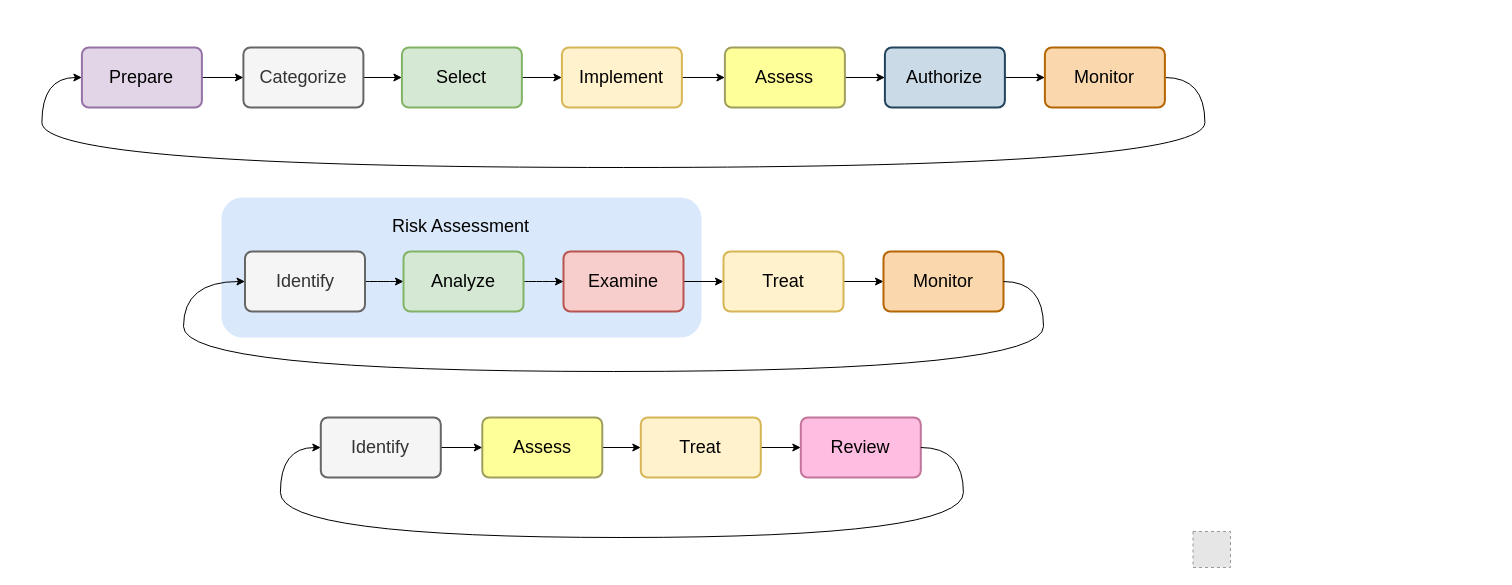
qeeqbox/risk-management keeps this draw.io diagram as risk-management.drawio. Above is the earlier version. Source tidied: cells renumbered, new cells numbered last; positions are measured from the earlier drawing's top-left corner, leaving out a move shared by most shapes. Both pictures are drawn from the tidied source at 100%, with x=0, y=0 at pixel (16, 17). Pictures stored in the file or linked from it are replaced by grey dashed boxes.
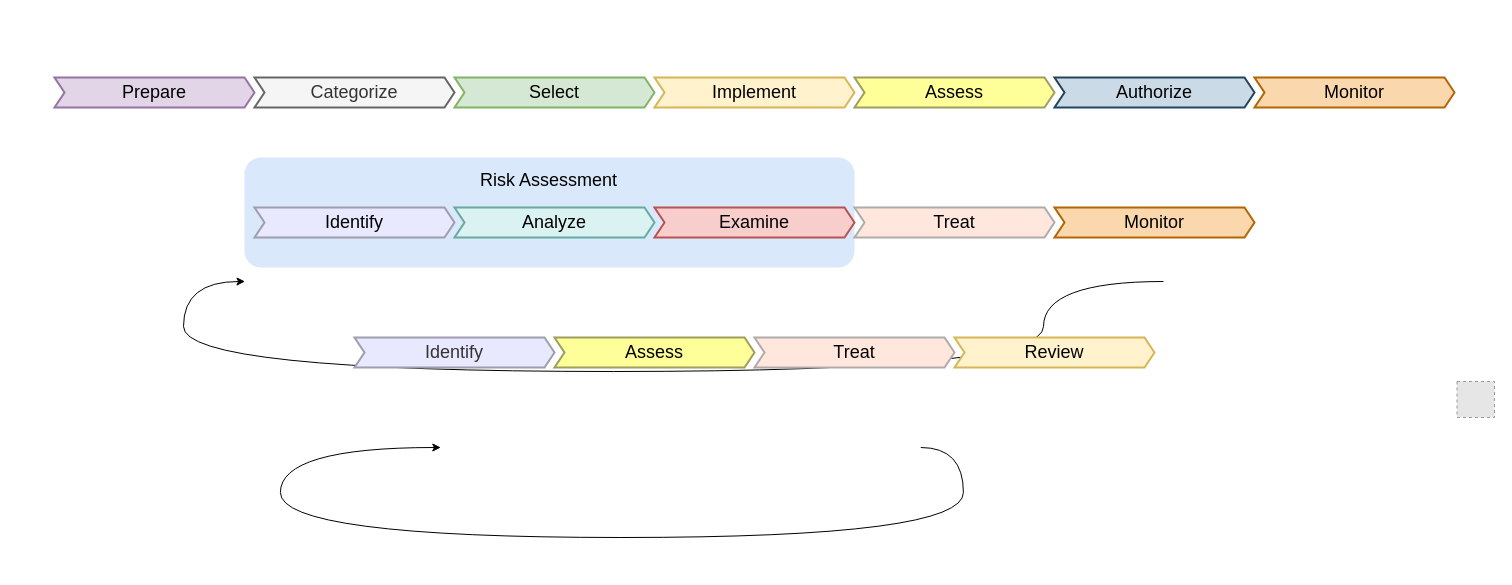
After the change.

Diff of the diagram source:
```diff
@@
     <mxCell id="2" style="rounded=0;whiteSpace=wrap;html=1;fontSize=16;fillColor=#FFFFFF;strokeColor=none;" parent="1" vertex="1">
-      <mxGeometry x="0.5" width="1213.5" height="550" as="geometry" />
+      <mxGeometry x="0.5" y="10" width="1477.5" height="390" as="geometry" />
     </mxCell>
+    <mxCell id="38" style="group;" parent="1" vertex="1">
+      <mxGeometry x="228" y="140" width="610" height="110" as="geometry" />
+    </mxCell>
+    <mxCell id="23" style="rounded=1;whiteSpace=wrap;html=1;fillColor=#dae8fc;strokeColor=none;" parent="38" vertex="1">
+      <mxGeometry width="610" height="110" as="geometry" />
+    </mxCell>
+    <mxCell id="32" value="&lt;font style=&quot;font-size: 18px;&quot;&gt;&lt;span lang=&quot;en&quot; class=&quot;ILfuVd&quot;&gt;Risk Assessment&lt;/span&gt;&amp;nbsp;&lt;/font&gt;" style="text;html=1;strokeColor=none;fillColor=none;align=center;verticalAlign=middle;whiteSpace=wrap;rounded=1;" parent="38" vertex="1">
+      <mxGeometry x="208.4" y="11" width="198.2" height="23.6" as="geometry" />
+    </mxCell>
     <mxCell id="3" style="fillColor=#E6E6E6;strokeColor=#999999;dashed=1;verticalLabelPosition=bottom;labelBackgroundColor=default;verticalAlign=top;" parent="1" vertex="1">
-      <mxGeometry x="1176.5" y="514" width="37.5" height="36" as="geometry" />
+      <mxGeometry x="1440.5" y="364" width="37.5" height="36" as="geometry" />
     </mxCell>
-    <mxCell id="4" style="edgeStyle=orthogonalEdgeStyle;rounded=0;jettySize=auto;html=1;exitX=1;exitY=0.5;exitDx=0;exitDy=0;fontSize=18;entryX=0;entryY=0.5;entryDx=0;entryDy=0;" parent="1" edge="1" source="5" target="7">
-      <mxGeometry relative="1" as="geometry" />
-    </mxCell>
+    <mxCell id="20" style="edgeStyle=orthogonalEdgeStyle;orthogonalLoop=1;jettySize=auto;html=1;exitX=1;exitY=0.5;exitDx=0;exitDy=0;fontSize=18;entryX=0;entryY=0.5;entryDx=0;entryDy=0;strokeColor=default;curved=1;" parent="1" edge="1">
+      <mxGeometry relative="1" as="geometry">
+        <mxPoint x="904.3" y="430" as="sourcePoint" />
+        <mxPoint x="424.3" y="430" as="targetPoint" />
+        <Array as="points">
+          <mxPoint x="946.9" y="430" />
+          <mxPoint x="946.9" y="520" />
+          <mxPoint x="263.9" y="520" />
+          <mxPoint x="263.9" y="430" />
+        </Array>
+      </mxGeometry>
+    </mxCell>
+    <mxCell id="31" style="edgeStyle=orthogonalEdgeStyle;orthogonalLoop=1;jettySize=auto;html=1;exitX=1;exitY=0.5;exitDx=0;exitDy=0;fontSize=18;entryX=0;entryY=0.5;entryDx=0;entryDy=0;strokeColor=default;curved=1;" parent="1" edge="1">
+      <mxGeometry relative="1" as="geometry">
+        <mxPoint x="1147" y="264" as="sourcePoint" />
+        <mxPoint x="228.5" y="264" as="targetPoint" />
+        <Array as="points">
+          <mxPoint x="1027" y="264" />
+          <mxPoint x="1027" y="354" />
+          <mxPoint x="167" y="354" />
+          <mxPoint x="167" y="264" />
+        </Array>
+      </mxGeometry>
+    </mxCell>
+    <mxCell id="14" value="&lt;span style=&quot;&quot;&gt;Prepare&lt;/span&gt;" style="shape=step;perimeter=stepPerimeter;whiteSpace=wrap;html=1;fixedSize=1;size=10;fillColor=#e1d5e7;strokeColor=#9673a6;fontSize=18;fontColor=default;fontStyle=0;align=center;rounded=0;arcSize=14;strokeWidth=2;" parent="1" vertex="1">
+      <mxGeometry x="38" y="60" width="200" height="30" as="geometry" />
+    </mxCell>
-    <mxCell id="5" value="Categorize" style="rounded=1;whiteSpace=wrap;html=1;absoluteArcSize=1;arcSize=14;strokeWidth=2;fillColor=#f5f5f5;strokeColor=#666666;fontSize=18;fontColor=#333333;" parent="1" vertex="1">
-      <mxGeometry x="226.9" y="30" width="120" height="60" as="geometry" />
+    <mxCell id="5" value="&lt;span style=&quot;&quot;&gt;Categorize&lt;/span&gt;" style="shape=step;perimeter=stepPerimeter;whiteSpace=wrap;html=1;fixedSize=1;size=10;fillColor=#f5f5f5;strokeColor=#666666;fontSize=18;fontColor=#333333;fontStyle=0;align=center;rounded=0;arcSize=14;strokeWidth=2;" parent="1" vertex="1">
+      <mxGeometry x="238" y="60" width="200" height="30" as="geometry" />
     </mxCell>
-    <mxCell id="6" style="edgeStyle=orthogonalEdgeStyle;rounded=0;jettySize=auto;html=1;exitX=1;exitY=0.5;exitDx=0;exitDy=0;entryX=0;entryY=0.5;entryDx=0;entryDy=0;fontSize=18;" parent="1" edge="1" source="7" target="9">
-      <mxGeometry relative="1" as="geometry" />
-    </mxCell>
-    <mxCell id="7" value="Select" style="rounded=1;whiteSpace=wrap;html=1;absoluteArcSize=1;arcSize=14;strokeWidth=2;fillColor=#d5e8d4;strokeColor=#82b366;fontSize=18;" parent="1" vertex="1">
-      <mxGeometry x="385.4" y="30" width="120" height="60" as="geometry" />
+    <mxCell id="7" value="&lt;span style=&quot;&quot;&gt;Select&lt;/span&gt;" style="shape=step;perimeter=stepPerimeter;whiteSpace=wrap;html=1;fixedSize=1;size=10;fillColor=#d5e8d4;strokeColor=#82b366;fontSize=18;fontColor=default;fontStyle=0;align=center;rounded=0;arcSize=14;strokeWidth=2;" parent="1" vertex="1">
+      <mxGeometry x="438" y="60" width="200" height="30" as="geometry" />
     </mxCell>
-    <mxCell id="8" style="edgeStyle=orthogonalEdgeStyle;rounded=0;jettySize=auto;html=1;exitX=1;exitY=0.5;exitDx=0;exitDy=0;entryX=0;entryY=0.5;entryDx=0;entryDy=0;" parent="1" edge="1" source="9" target="37">
-      <mxGeometry relative="1" as="geometry" />
-    </mxCell>
-    <mxCell id="9" value="Implement" style="rounded=1;whiteSpace=wrap;html=1;absoluteArcSize=1;arcSize=14;strokeWidth=2;fillColor=#fff2cc;strokeColor=#d6b656;fontSize=18;" parent="1" vertex="1">
-      <mxGeometry x="545.4" y="30" width="120" height="60" as="geometry" />
+    <mxCell id="9" value="&lt;span style=&quot;&quot;&gt;Implement&lt;/span&gt;" style="shape=step;perimeter=stepPerimeter;whiteSpace=wrap;html=1;fixedSize=1;size=10;fillColor=#fff2cc;strokeColor=#d6b656;fontSize=18;fontColor=default;fontStyle=0;align=center;rounded=0;arcSize=14;strokeWidth=2;" parent="1" vertex="1">
+      <mxGeometry x="638" y="60" width="200" height="30" as="geometry" />
     </mxCell>
-    <mxCell id="10" style="edgeStyle=orthogonalEdgeStyle;rounded=0;jettySize=auto;html=1;exitX=1;exitY=0.5;exitDx=0;exitDy=0;entryX=0;entryY=0.5;entryDx=0;entryDy=0;" parent="1" edge="1" source="11" target="35">
-      <mxGeometry relative="1" as="geometry" />
-    </mxCell>
+    <mxCell id="39" value="&lt;span style=&quot;&quot;&gt;Assess&lt;/span&gt;" style="shape=step;perimeter=stepPerimeter;whiteSpace=wrap;html=1;fixedSize=1;size=10;fillColor=#FFFF99;strokeColor=#9E9E5F;fontSize=18;fontColor=default;fontStyle=0;align=center;rounded=0;arcSize=14;strokeWidth=2;" parent="1" vertex="1">
+      <mxGeometry x="838" y="60" width="200" height="30" as="geometry" />
+    </mxCell>
-    <mxCell id="11" value="Authorize" style="rounded=1;whiteSpace=wrap;html=1;absoluteArcSize=1;arcSize=14;strokeWidth=2;fillColor=#CADAE6;strokeColor=#23445d;fontSize=18;" parent="1" vertex="1">
-      <mxGeometry x="868.4" y="30" width="120" height="60" as="geometry" />
+    <mxCell id="11" value="&lt;span style=&quot;&quot;&gt;Authorize&lt;/span&gt;" style="shape=step;perimeter=stepPerimeter;whiteSpace=wrap;html=1;fixedSize=1;size=10;fillColor=#CADAE6;strokeColor=#23445d;fontSize=18;fontColor=default;fontStyle=0;align=center;rounded=0;arcSize=14;strokeWidth=2;" parent="1" vertex="1">
+      <mxGeometry x="1038" y="60" width="200" height="30" as="geometry" />
     </mxCell>
-    <mxCell id="12" style="edgeStyle=orthogonalEdgeStyle;jettySize=auto;html=1;exitX=1;exitY=0.5;exitDx=0;exitDy=0;fontSize=18;entryX=0;entryY=0.5;entryDx=0;entryDy=0;strokeColor=default;curved=1;" parent="1" edge="1" source="35" target="14">
-      <mxGeometry relative="1" as="geometry">
-        <Array as="points">
-          <mxPoint x="1188.4" y="60" />
-          <mxPoint x="1188.4" y="150" />
-          <mxPoint x="25.4" y="150" />
-          <mxPoint x="25.4" y="60" />
-        </Array>
-      </mxGeometry>
-    </mxCell>
-    <mxCell id="13" style="edgeStyle=orthogonalEdgeStyle;rounded=0;jettySize=auto;html=1;exitX=1;exitY=0.5;exitDx=0;exitDy=0;entryX=0;entryY=0.5;entryDx=0;entryDy=0;fontSize=18;strokeColor=default;" parent="1" edge="1" source="14" target="5">
-      <mxGeometry relative="1" as="geometry" />
-    </mxCell>
-    <mxCell id="14" value="Prepare" style="rounded=1;whiteSpace=wrap;html=1;absoluteArcSize=1;arcSize=14;strokeWidth=2;fillColor=#e1d5e7;strokeColor=#9673a6;fontSize=18;" parent="1" vertex="1">
-      <mxGeometry x="65.4" y="30" width="120" height="60" as="geometry" />
-    </mxCell>
-    <mxCell id="15" style="edgeStyle=orthogonalEdgeStyle;rounded=0;jettySize=auto;html=1;exitX=1;exitY=0.5;exitDx=0;exitDy=0;fontSize=18;entryX=0;entryY=0.5;entryDx=0;entryDy=0;" parent="1" edge="1" source="16" target="18">
-      <mxGeometry relative="1" as="geometry" />
-    </mxCell>
-    <mxCell id="16" value="Assess" style="rounded=1;whiteSpace=wrap;html=1;absoluteArcSize=1;arcSize=14;strokeWidth=2;fillColor=#FFFF99;strokeColor=#9E9E5F;fontSize=18;" parent="1" vertex="1">
-      <mxGeometry x="465.8" y="400" width="120" height="60" as="geometry" />
-    </mxCell>
-    <mxCell id="17" style="edgeStyle=orthogonalEdgeStyle;rounded=0;jettySize=auto;html=1;exitX=1;exitY=0.5;exitDx=0;exitDy=0;entryX=0;entryY=0.5;entryDx=0;entryDy=0;fontSize=18;" parent="1" edge="1" source="18" target="19">
-      <mxGeometry relative="1" as="geometry" />
-    </mxCell>
-    <mxCell id="18" value="Treat" style="rounded=1;whiteSpace=wrap;html=1;absoluteArcSize=1;arcSize=14;strokeWidth=2;fillColor=#fff2cc;strokeColor=#d6b656;fontSize=18;" parent="1" vertex="1">
-      <mxGeometry x="624.3" y="400" width="120" height="60" as="geometry" />
-    </mxCell>
+    <mxCell id="40" value="&lt;span style=&quot;&quot;&gt;Monitor&lt;/span&gt;" style="shape=step;perimeter=stepPerimeter;whiteSpace=wrap;html=1;fixedSize=1;size=10;fillColor=#fad7ac;strokeColor=#b46504;fontSize=18;fontColor=default;fontStyle=0;align=center;rounded=0;arcSize=14;strokeWidth=2;" parent="1" vertex="1">
+      <mxGeometry x="1238" y="60" width="200" height="30" as="geometry" />
+    </mxCell>
+    <mxCell id="41" value="&lt;span style=&quot;&quot;&gt;Identify&lt;/span&gt;" style="shape=step;perimeter=stepPerimeter;whiteSpace=wrap;html=1;fixedSize=1;size=10;fillColor=#E8E8FF;strokeColor=#9E9EAD;fontSize=18;fontStyle=0;align=center;rounded=0;arcSize=14;strokeWidth=2;" parent="1" vertex="1">
+      <mxGeometry x="238" y="190" width="200" height="30" as="geometry" />
+    </mxCell>
+    <mxCell id="34" value="&lt;span style=&quot;color: rgb(0, 0, 0);&quot;&gt;Analyze&lt;/span&gt;" style="shape=step;perimeter=stepPerimeter;whiteSpace=wrap;html=1;fixedSize=1;size=10;fillColor=#DAF2F2;strokeColor=#67AB9F;fontSize=18;fontStyle=0;align=center;rounded=0;arcSize=14;strokeWidth=2;" parent="1" vertex="1">
+      <mxGeometry x="438" y="190" width="200" height="30" as="geometry" />
+    </mxCell>
+    <mxCell id="27" value="&lt;span style=&quot;&quot;&gt;Examine&lt;/span&gt;" style="shape=step;perimeter=stepPerimeter;whiteSpace=wrap;html=1;fixedSize=1;size=10;fillColor=#f8cecc;strokeColor=#b85450;fontSize=18;fontColor=default;fontStyle=0;align=center;rounded=0;arcSize=14;strokeWidth=2;" parent="1" vertex="1">
+      <mxGeometry x="638" y="190" width="200" height="30" as="geometry" />
+    </mxCell>
+    <mxCell id="42" value="&lt;span style=&quot;&quot;&gt;Treat&lt;/span&gt;" style="shape=step;perimeter=stepPerimeter;whiteSpace=wrap;html=1;fixedSize=1;size=10;fillColor=#FFE7DE;strokeColor=#B0ABAA;fontSize=18;fontStyle=0;align=center;rounded=0;arcSize=14;strokeWidth=2;" parent="1" vertex="1">
+      <mxGeometry x="838" y="190" width="200" height="30" as="geometry" />
+    </mxCell>
+    <mxCell id="43" value="&lt;span style=&quot;&quot;&gt;Monitor&lt;/span&gt;" style="shape=step;perimeter=stepPerimeter;whiteSpace=wrap;html=1;fixedSize=1;size=10;fillColor=#fad7ac;strokeColor=#b46504;fontSize=18;fontColor=default;fontStyle=0;align=center;rounded=0;arcSize=14;strokeWidth=2;" parent="1" vertex="1">
+      <mxGeometry x="1038" y="190" width="200" height="30" as="geometry" />
+    </mxCell>
+    <mxCell id="44" value="&lt;span style=&quot;color: rgb(51, 51, 51);&quot;&gt;Identify&lt;/span&gt;" style="shape=step;perimeter=stepPerimeter;whiteSpace=wrap;html=1;fixedSize=1;size=10;fillColor=#E8E8FF;strokeColor=#9E9EAD;fontSize=18;fontColor=default;fontStyle=0;align=center;rounded=0;arcSize=14;strokeWidth=2;" parent="1" vertex="1">
+      <mxGeometry x="338" y="320" width="200" height="30" as="geometry" />
+    </mxCell>
+    <mxCell id="45" value="&lt;span style=&quot;color: rgb(0, 0, 0);&quot;&gt;Assess&lt;/span&gt;" style="shape=step;perimeter=stepPerimeter;whiteSpace=wrap;html=1;fixedSize=1;size=10;fillColor=#FFFF99;strokeColor=#9E9E5F;fontSize=18;fontStyle=0;align=center;rounded=0;arcSize=14;strokeWidth=2;" parent="1" vertex="1">
+      <mxGeometry x="538" y="320" width="200" height="30" as="geometry" />
+    </mxCell>
+    <mxCell id="46" value="&lt;span style=&quot;&quot;&gt;Treat&lt;/span&gt;" style="shape=step;perimeter=stepPerimeter;whiteSpace=wrap;html=1;fixedSize=1;size=10;fillColor=#FFE7DE;strokeColor=#B0ABAA;fontSize=18;fontColor=default;fontStyle=0;align=center;rounded=0;arcSize=14;strokeWidth=2;" parent="1" vertex="1">
+      <mxGeometry x="738" y="320" width="200" height="30" as="geometry" />
+    </mxCell>
-    <mxCell id="19" value="Review" style="rounded=1;whiteSpace=wrap;html=1;absoluteArcSize=1;arcSize=14;strokeWidth=2;fillColor=#FFBDE2;strokeColor=#C2749B;fontSize=18;" parent="1" vertex="1">
-      <mxGeometry x="784.3" y="400" width="120" height="60" as="geometry" />
+    <mxCell id="19" value="&lt;span style=&quot;&quot;&gt;Review&lt;/span&gt;" style="shape=step;perimeter=stepPerimeter;whiteSpace=wrap;html=1;fixedSize=1;size=10;fillColor=#fff2cc;strokeColor=#d6b656;fontSize=18;fontColor=default;fontStyle=0;align=center;rounded=0;arcSize=14;strokeWidth=2;" parent="1" vertex="1">
+      <mxGeometry x="938" y="320" width="200" height="30" as="geometry" />
     </mxCell>
-    <mxCell id="20" style="edgeStyle=orthogonalEdgeStyle;jettySize=auto;html=1;exitX=1;exitY=0.5;exitDx=0;exitDy=0;fontSize=18;entryX=0;entryY=0.5;entryDx=0;entryDy=0;strokeColor=default;curved=1;" parent="1" edge="1" source="19" target="22">
-      <mxGeometry relative="1" as="geometry">
-        <Array as="points">
-          <mxPoint x="946.9" y="430" />
-          <mxPoint x="946.9" y="520" />
-          <mxPoint x="263.9" y="520" />
-          <mxPoint x="263.9" y="430" />
-        </Array>
-      </mxGeometry>
-    </mxCell>
-    <mxCell id="21" style="edgeStyle=orthogonalEdgeStyle;rounded=0;jettySize=auto;html=1;exitX=1;exitY=0.5;exitDx=0;exitDy=0;entryX=0;entryY=0.5;entryDx=0;entryDy=0;fontSize=18;strokeColor=default;" parent="1" edge="1" source="22" target="16">
-      <mxGeometry relative="1" as="geometry" />
-    </mxCell>
-    <mxCell id="22" value="&lt;span style=&quot;color: rgb(51, 51, 51);&quot;&gt;Identify&lt;/span&gt;" style="rounded=1;whiteSpace=wrap;html=1;absoluteArcSize=1;arcSize=14;strokeWidth=2;fillColor=#f5f5f5;strokeColor=#666666;fontSize=18;fontColor=#333333;" parent="1" vertex="1">
-      <mxGeometry x="304.3" y="400" width="120" height="60" as="geometry" />
-    </mxCell>
-    <mxCell id="23" style="rounded=1;whiteSpace=wrap;html=1;fillColor=#dae8fc;strokeColor=none;" parent="1" vertex="1">
-      <mxGeometry x="205" y="180" width="480" height="140" as="geometry" />
-    </mxCell>
-    <mxCell id="24" style="edgeStyle=orthogonalEdgeStyle;curved=1;jettySize=auto;html=1;exitX=1;exitY=0.5;exitDx=0;exitDy=0;entryX=0;entryY=0.5;entryDx=0;entryDy=0;" parent="1" edge="1" source="25" target="34">
-      <mxGeometry relative="1" as="geometry" />
-    </mxCell>
-    <mxCell id="25" value="Identify" style="rounded=1;whiteSpace=wrap;html=1;absoluteArcSize=1;arcSize=14;strokeWidth=2;fillColor=#f5f5f5;strokeColor=#666666;fontColor=#333333;fontSize=18;" parent="1" vertex="1">
-      <mxGeometry x="228.5" y="234" width="120" height="60" as="geometry" />
-    </mxCell>
-    <mxCell id="26" style="edgeStyle=orthogonalEdgeStyle;rounded=0;jettySize=auto;html=1;exitX=1;exitY=0.5;exitDx=0;exitDy=0;entryX=0;entryY=0.5;entryDx=0;entryDy=0;fontSize=18;" parent="1" edge="1" source="27" target="29">
-      <mxGeometry relative="1" as="geometry" />
-    </mxCell>
-    <mxCell id="27" value="Examine" style="rounded=1;whiteSpace=wrap;html=1;absoluteArcSize=1;arcSize=14;strokeWidth=2;fillColor=#f8cecc;strokeColor=#b85450;fontSize=18;" parent="1" vertex="1">
-      <mxGeometry x="547" y="234" width="120" height="60" as="geometry" />
-    </mxCell>
-    <mxCell id="28" style="edgeStyle=orthogonalEdgeStyle;rounded=0;jettySize=auto;html=1;exitX=1;exitY=0.5;exitDx=0;exitDy=0;entryX=0;entryY=0.5;entryDx=0;entryDy=0;fontSize=18;" parent="1" edge="1" source="29" target="30">
-      <mxGeometry relative="1" as="geometry" />
-    </mxCell>
-    <mxCell id="29" value="Treat" style="rounded=1;whiteSpace=wrap;html=1;absoluteArcSize=1;arcSize=14;strokeWidth=2;fillColor=#fff2cc;strokeColor=#d6b656;fontSize=18;" parent="1" vertex="1">
-      <mxGeometry x="707" y="234" width="120" height="60" as="geometry" />
-    </mxCell>
-    <mxCell id="30" value="Monitor" style="rounded=1;whiteSpace=wrap;html=1;absoluteArcSize=1;arcSize=14;strokeWidth=2;fillColor=#fad7ac;strokeColor=#b46504;fontSize=18;" parent="1" vertex="1">
-      <mxGeometry x="867" y="234" width="120" height="60" as="geometry" />
-    </mxCell>
-    <mxCell id="31" style="edgeStyle=orthogonalEdgeStyle;jettySize=auto;html=1;exitX=1;exitY=0.5;exitDx=0;exitDy=0;fontSize=18;entryX=0;entryY=0.5;entryDx=0;entryDy=0;strokeColor=default;curved=1;" parent="1" edge="1" source="30" target="25">
-      <mxGeometry relative="1" as="geometry">
-        <Array as="points">
-          <mxPoint x="1027" y="264" />
-          <mxPoint x="1027" y="354" />
-          <mxPoint x="167" y="354" />
-          <mxPoint x="167" y="264" />
-        </Array>
-      </mxGeometry>
-    </mxCell>
-    <mxCell id="32" value="&lt;font style=&quot;font-size: 18px;&quot;&gt;&lt;span lang=&quot;en&quot; class=&quot;ILfuVd&quot;&gt;Risk Assessment&lt;/span&gt;&amp;nbsp;&lt;/font&gt;" style="text;html=1;strokeColor=none;fillColor=none;align=center;verticalAlign=middle;whiteSpace=wrap;rounded=1;" parent="1" vertex="1">
-      <mxGeometry x="369" y="194" width="156" height="30" as="geometry" />
-    </mxCell>
-    <mxCell id="33" style="edgeStyle=orthogonalEdgeStyle;curved=1;jettySize=auto;html=1;exitX=1;exitY=0.5;exitDx=0;exitDy=0;entryX=0;entryY=0.5;entryDx=0;entryDy=0;" parent="1" edge="1" source="34" target="27">
-      <mxGeometry relative="1" as="geometry" />
-    </mxCell>
-    <mxCell id="34" value="Analyze" style="rounded=1;whiteSpace=wrap;html=1;absoluteArcSize=1;arcSize=14;strokeWidth=2;fillColor=#d5e8d4;strokeColor=#82b366;fontSize=18;" parent="1" vertex="1">
-      <mxGeometry x="387" y="234" width="120" height="60" as="geometry" />
-    </mxCell>
-    <mxCell id="35" value="Monitor" style="rounded=1;whiteSpace=wrap;html=1;absoluteArcSize=1;arcSize=14;strokeWidth=2;fillColor=#fad7ac;strokeColor=#b46504;fontSize=18;" parent="1" vertex="1">
-      <mxGeometry x="1028.4" y="30" width="120" height="60" as="geometry" />
-    </mxCell>
-    <mxCell id="36" style="edgeStyle=orthogonalEdgeStyle;rounded=0;jettySize=auto;html=1;exitX=1;exitY=0.5;exitDx=0;exitDy=0;entryX=0;entryY=0.5;entryDx=0;entryDy=0;" parent="1" edge="1" source="37" target="11">
-      <mxGeometry relative="1" as="geometry" />
-    </mxCell>
-    <mxCell id="37" value="Assess" style="rounded=1;whiteSpace=wrap;html=1;absoluteArcSize=1;arcSize=14;strokeWidth=2;fillColor=#FFFF99;strokeColor=#9E9E5F;fontSize=18;" parent="1" vertex="1">
-      <mxGeometry x="708.4" y="30" width="120" height="60" as="geometry" />
-    </mxCell>
```
